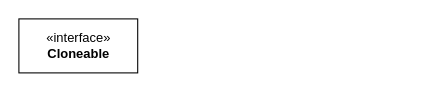
This is page "基础" (1 of 18) of JDK.drawio from tadsimons/draw, a draw.io file, before an edit. Source tidied: cells renumbered, new cells numbered last; positions are measured from the earlier drawing's top-left corner, leaving out a move shared by most shapes. Both pictures are drawn from the tidied source at 108%, with x=0, y=0 at pixel (18, 18).
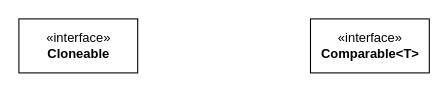
Above is the later version.

Change to the diagram source:
```diff
@@
 <mxGraphModel>
   <root>
     <mxCell id="0" />
     <mxCell id="1" parent="0" />
     <mxCell id="2" value="«interface»&lt;br&gt;&lt;b&gt;Cloneable&lt;/b&gt;" style="html=1;" parent="1" vertex="1">
       <mxGeometry width="110" height="50" as="geometry" />
     </mxCell>
+    <mxCell id="3" value="«interface»&lt;br&gt;&lt;b&gt;Comparable&amp;lt;T&amp;gt;&lt;/b&gt;" style="html=1;" parent="1" vertex="1">
+      <mxGeometry x="270" width="110" height="50" as="geometry" />
+    </mxCell>
   </root>
 </mxGraphModel>
```
